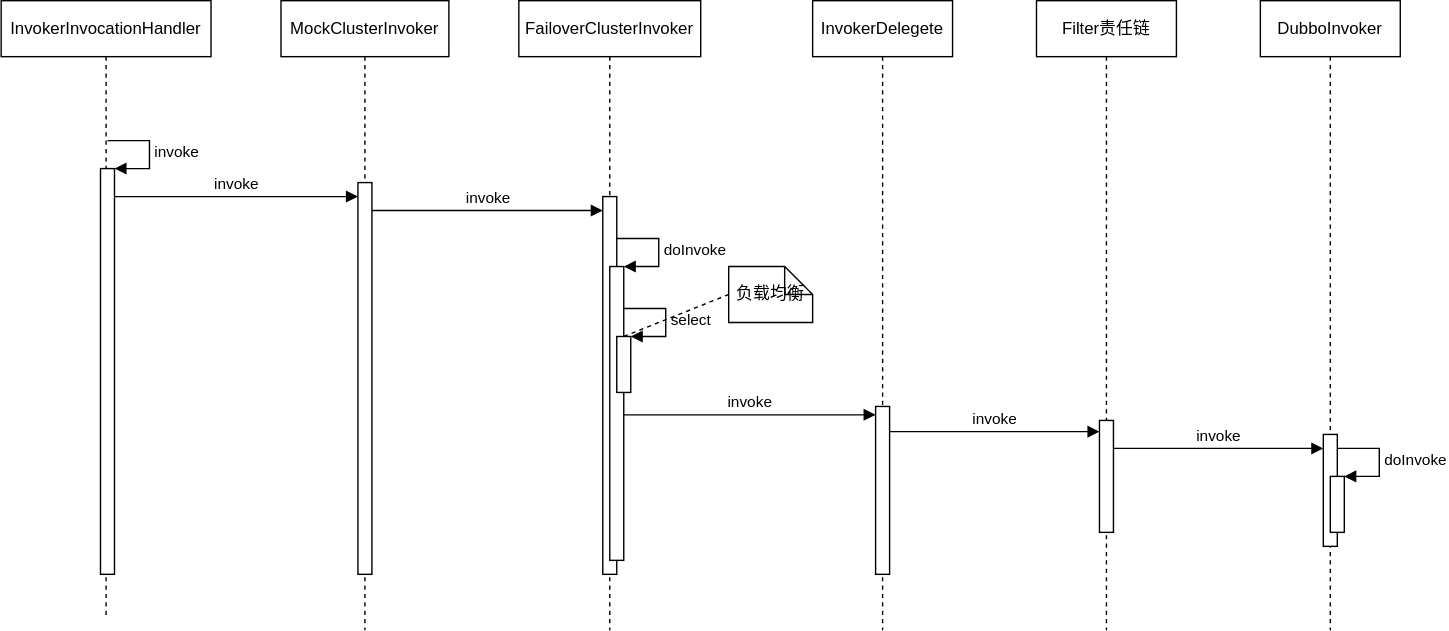
Before: Dubbo/Dubbo Consumer Send Request.drawio.svg, a diagram exported from draw.io (JanWarlen/ChartsCenter). Source tidied: cells renumbered, new cells last; positions are measured from the earlier drawing's top-left corner, leaving out a move shared by most shapes. Source of this version:
```xml
<mxGraphModel>
  <root>
    <mxCell id="0" />
    <mxCell id="1" parent="0" />
    <mxCell id="2" value="InvokerInvocationHandler" style="shape=umlLifeline;perimeter=lifelinePerimeter;whiteSpace=wrap;html=1;" parent="1" vertex="1">
      <mxGeometry width="150" height="440" as="geometry" />
    </mxCell>
    <mxCell id="3" style="html=1;points=[];perimeter=orthogonalPerimeter;" parent="2" vertex="1">
      <mxGeometry x="71" y="120" width="10" height="290" as="geometry" />
    </mxCell>
    <mxCell id="4" value="invoke" style="edgeStyle=orthogonalEdgeStyle;html=1;align=left;spacingLeft=2;endArrow=block;rounded=0;entryX=1;entryY=0;" parent="2" edge="1" target="3">
      <mxGeometry relative="1" as="geometry">
        <mxPoint x="76" y="100" as="sourcePoint" />
        <Array as="points">
          <mxPoint x="106" y="100" />
        </Array>
      </mxGeometry>
    </mxCell>
    <mxCell id="5" value="MockClusterInvoker" style="shape=umlLifeline;perimeter=lifelinePerimeter;whiteSpace=wrap;html=1;" parent="1" vertex="1">
      <mxGeometry x="200" width="120" height="450" as="geometry" />
    </mxCell>
    <mxCell id="6" style="html=1;points=[];perimeter=orthogonalPerimeter;" parent="5" vertex="1">
      <mxGeometry x="55" y="130" width="10" height="280" as="geometry" />
    </mxCell>
    <mxCell id="7" value="invoke" style="html=1;verticalAlign=bottom;endArrow=block;rounded=0;" parent="1" edge="1">
      <mxGeometry relative="1" as="geometry">
        <mxPoint x="81" y="140" as="sourcePoint" />
        <mxPoint x="255" y="140" as="targetPoint" />
      </mxGeometry>
    </mxCell>
    <mxCell id="8" value="FailoverClusterInvoker" style="shape=umlLifeline;perimeter=lifelinePerimeter;whiteSpace=wrap;html=1;" parent="1" vertex="1">
      <mxGeometry x="370" width="130" height="450" as="geometry" />
    </mxCell>
    <mxCell id="9" style="html=1;points=[];perimeter=orthogonalPerimeter;" parent="8" vertex="1">
      <mxGeometry x="60" y="140" width="10" height="270" as="geometry" />
    </mxCell>
    <mxCell id="10" style="html=1;points=[];perimeter=orthogonalPerimeter;" parent="8" vertex="1">
      <mxGeometry x="65" y="190" width="10" height="210" as="geometry" />
    </mxCell>
    <mxCell id="11" value="doInvoke" style="edgeStyle=orthogonalEdgeStyle;html=1;align=left;spacingLeft=2;endArrow=block;rounded=0;entryX=1;entryY=0;" parent="8" edge="1" target="10">
      <mxGeometry relative="1" as="geometry">
        <mxPoint x="70" y="170" as="sourcePoint" />
        <Array as="points">
          <mxPoint x="100" y="170" />
        </Array>
      </mxGeometry>
    </mxCell>
    <mxCell id="12" style="html=1;points=[];perimeter=orthogonalPerimeter;" parent="8" vertex="1">
      <mxGeometry x="70" y="240" width="10" height="40" as="geometry" />
    </mxCell>
    <mxCell id="13" value="select" style="edgeStyle=orthogonalEdgeStyle;html=1;align=left;spacingLeft=2;endArrow=block;rounded=0;entryX=1;entryY=0;" parent="8" edge="1" target="12">
      <mxGeometry relative="1" as="geometry">
        <mxPoint x="75" y="220" as="sourcePoint" />
        <Array as="points">
          <mxPoint x="105" y="220" />
        </Array>
      </mxGeometry>
    </mxCell>
    <mxCell id="14" value="invoke" style="html=1;verticalAlign=bottom;endArrow=block;rounded=0;" parent="1" edge="1">
      <mxGeometry relative="1" as="geometry">
        <mxPoint x="265" y="150" as="sourcePoint" />
        <mxPoint x="430" y="150" as="targetPoint" />
      </mxGeometry>
    </mxCell>
    <mxCell id="15" value="负载均衡" style="shape=note;size=20;whiteSpace=wrap;html=1;" parent="1" vertex="1">
      <mxGeometry x="520" y="190" width="60" height="40" as="geometry" />
    </mxCell>
    <mxCell id="16" style="endArrow=none;dashed=1;html=1;rounded=0;exitX=0.5;exitY=0;exitDx=0;exitDy=0;exitPerimeter=0;entryX=0;entryY=0.5;entryDx=0;entryDy=0;entryPerimeter=0;" parent="1" edge="1" source="12" target="15">
      <mxGeometry relative="1" as="geometry" />
    </mxCell>
    <mxCell id="17" value="InvokerDelegete" style="shape=umlLifeline;perimeter=lifelinePerimeter;whiteSpace=wrap;html=1;" parent="1" vertex="1">
      <mxGeometry x="580" width="100" height="450" as="geometry" />
    </mxCell>
    <mxCell id="18" style="html=1;perimeter=orthogonalPerimeter;" parent="17" vertex="1">
      <mxGeometry x="45" y="290" width="10" height="120" as="geometry" />
    </mxCell>
    <mxCell id="19" value="invoke" style="html=1;verticalAlign=bottom;endArrow=block;rounded=0;" parent="1" edge="1">
      <mxGeometry relative="1" as="geometry">
        <mxPoint x="445" y="296" as="sourcePoint" />
        <mxPoint x="625" y="296" as="targetPoint" />
      </mxGeometry>
    </mxCell>
    <mxCell id="20" value="Filter责任链" style="shape=umlLifeline;perimeter=lifelinePerimeter;whiteSpace=wrap;html=1;" parent="1" vertex="1">
      <mxGeometry x="740" width="100" height="450" as="geometry" />
    </mxCell>
    <mxCell id="21" style="html=1;perimeter=orthogonalPerimeter;" parent="20" vertex="1">
      <mxGeometry x="45" y="300" width="10" height="80" as="geometry" />
    </mxCell>
    <mxCell id="22" value="invoke" style="html=1;verticalAlign=bottom;endArrow=block;rounded=0;" parent="1" edge="1">
      <mxGeometry relative="1" as="geometry">
        <mxPoint x="635" y="308" as="sourcePoint" />
        <mxPoint x="785" y="308" as="targetPoint" />
      </mxGeometry>
    </mxCell>
    <mxCell id="23" value="DubboInvoker" style="shape=umlLifeline;perimeter=lifelinePerimeter;whiteSpace=wrap;html=1;" parent="1" vertex="1">
      <mxGeometry x="900" width="100" height="450" as="geometry" />
    </mxCell>
    <mxCell id="24" style="html=1;perimeter=orthogonalPerimeter;" parent="23" vertex="1">
      <mxGeometry x="45" y="310" width="10" height="80" as="geometry" />
    </mxCell>
    <mxCell id="25" style="html=1;points=[];perimeter=orthogonalPerimeter;" parent="23" vertex="1">
      <mxGeometry x="50" y="340" width="10" height="40" as="geometry" />
    </mxCell>
    <mxCell id="26" value="doInvoke" style="edgeStyle=orthogonalEdgeStyle;html=1;align=left;spacingLeft=2;endArrow=block;rounded=0;entryX=1;entryY=0;" parent="23" edge="1" target="25">
      <mxGeometry relative="1" as="geometry">
        <mxPoint x="55" y="320" as="sourcePoint" />
        <Array as="points">
          <mxPoint x="85" y="320" />
        </Array>
      </mxGeometry>
    </mxCell>
    <mxCell id="27" value="invoke" style="html=1;verticalAlign=bottom;endArrow=block;rounded=0;" parent="1" edge="1">
      <mxGeometry relative="1" as="geometry">
        <mxPoint x="795" y="320" as="sourcePoint" />
        <mxPoint x="945" y="320" as="targetPoint" />
      </mxGeometry>
    </mxCell>
  </root>
</mxGraphModel>
```
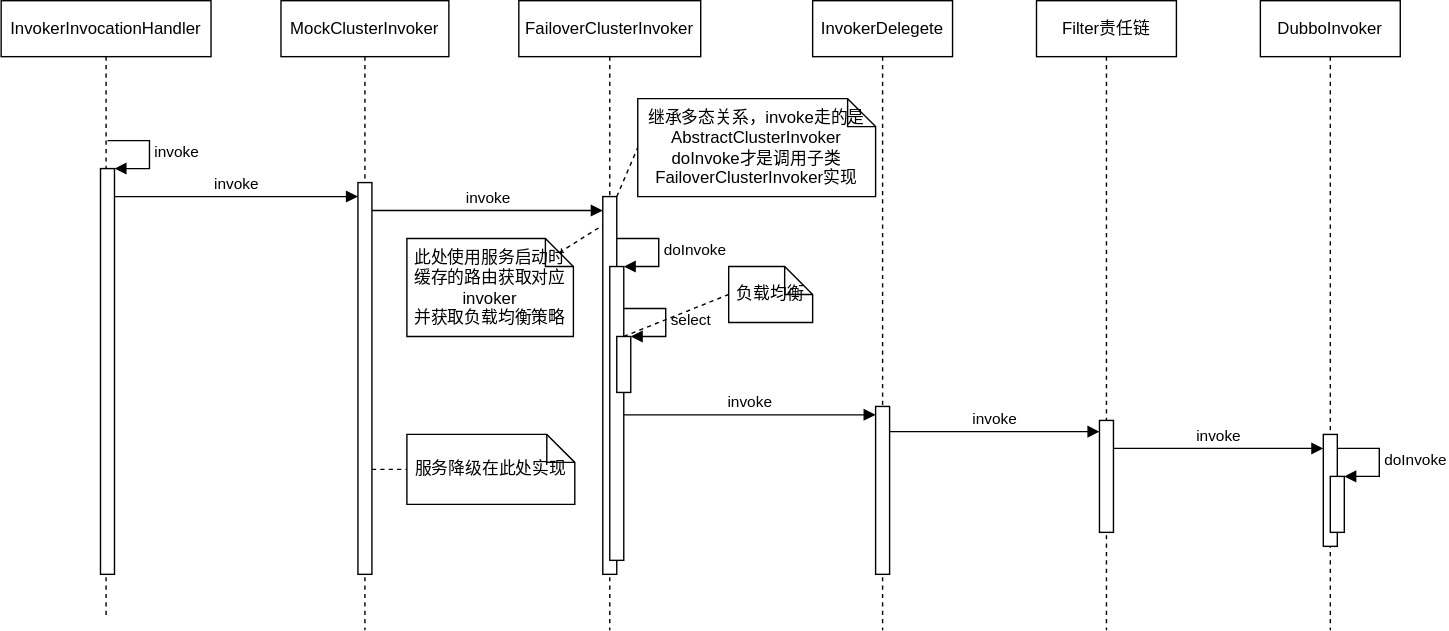
The same file after the commit.

Diff of the diagram source:
```diff
@@ -115,5 +115,23 @@
         <mxPoint x="945" y="320" as="targetPoint" />
       </mxGeometry>
     </mxCell>
+    <mxCell id="28" value="服务降级在此处实现" style="shape=note;size=20;whiteSpace=wrap;html=1;" parent="1" vertex="1">
+      <mxGeometry x="290" y="310" width="120" height="50" as="geometry" />
+    </mxCell>
+    <mxCell id="29" style="endArrow=none;dashed=1;html=1;rounded=0;entryX=0;entryY=0.5;entryDx=0;entryDy=0;entryPerimeter=0;" parent="1" edge="1" source="6" target="28">
+      <mxGeometry relative="1" as="geometry" />
+    </mxCell>
+    <mxCell id="30" value="继承多态关系，invoke走的是AbstractClusterInvoker&lt;br&gt;doInvoke才是调用子类FailoverClusterInvoker实现" style="shape=note;size=20;whiteSpace=wrap;html=1;" parent="1" vertex="1">
+      <mxGeometry x="455" y="70" width="170" height="70" as="geometry" />
+    </mxCell>
+    <mxCell id="31" style="endArrow=none;dashed=1;html=1;rounded=0;entryX=0;entryY=0.5;entryDx=0;entryDy=0;entryPerimeter=0;" parent="1" edge="1" source="9" target="30">
+      <mxGeometry relative="1" as="geometry" />
+    </mxCell>
+    <mxCell id="32" value="此处使用服务启动时缓存的路由获取对应invoker&lt;br&gt;并获取负载均衡策略" style="shape=note;size=20;whiteSpace=wrap;html=1;" parent="1" vertex="1">
+      <mxGeometry x="290" y="170" width="119" height="70" as="geometry" />
+    </mxCell>
+    <mxCell id="33" style="endArrow=none;dashed=1;html=1;rounded=0;entryX=0;entryY=0.076;entryDx=0;entryDy=0;entryPerimeter=0;exitX=0;exitY=0;exitDx=109;exitDy=10;exitPerimeter=0;" parent="1" edge="1" source="32" target="9">
+      <mxGeometry relative="1" as="geometry" />
+    </mxCell>
   </root>
 </mxGraphModel>
```
